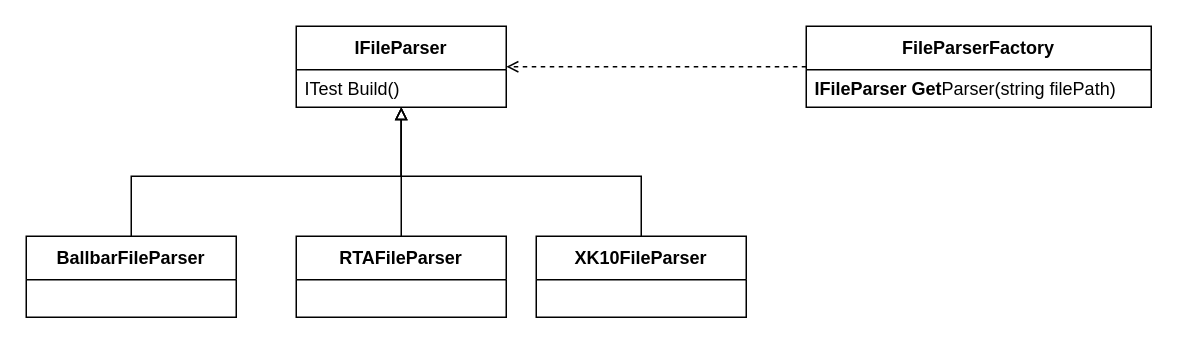
Before: Explore/FileTestRepository.drawio in AmolSJawalkar/DrawIO, a draw.io diagram. Source tidied: cells renumbered, new cells numbered last; positions are measured from the earlier drawing's top-left corner, leaving out a move shared by most shapes. Both pictures are drawn from the tidied source at 150%, with x=0, y=0 at pixel (26, 26).
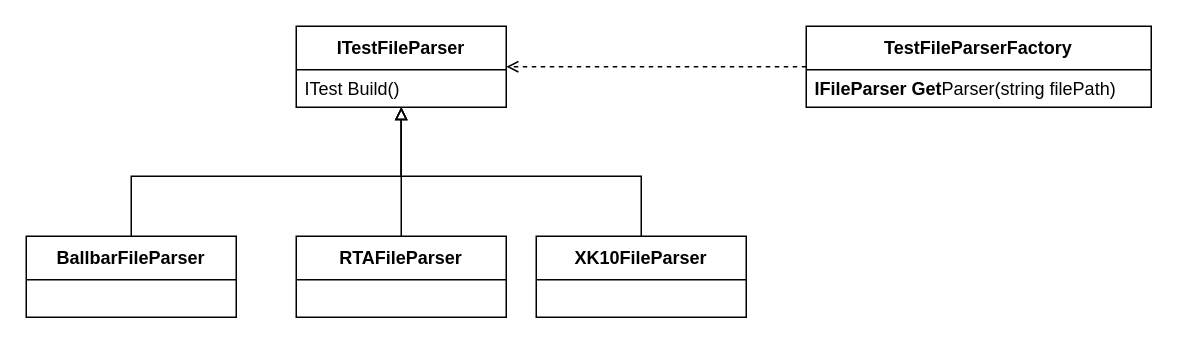
After the change.

Change to the diagram source:
```diff
@@
 <mxGraphModel>
   <root>
     <mxCell id="0" />
     <mxCell id="1" parent="0" />
     <mxCell id="2" style="edgeStyle=orthogonalEdgeStyle;rounded=0;jettySize=auto;html=1;endArrow=open;endFill=0;dashed=1;" parent="1" edge="1" source="3" target="5">
       <mxGeometry relative="1" as="geometry" />
     </mxCell>
-    <mxCell id="3" value="FileParserFactory" style="swimlane;fontStyle=1;align=center;verticalAlign=middle;horizontal=1;startSize=29;html=1;whiteSpace=wrap;" parent="1" vertex="1">
+    <mxCell id="3" value="TestFileParserFactory" style="swimlane;fontStyle=1;align=center;verticalAlign=middle;horizontal=1;startSize=29;html=1;whiteSpace=wrap;" parent="1" vertex="1">
       <mxGeometry x="520" width="230" height="54" as="geometry" />
     </mxCell>
     <mxCell id="4" value="&lt;span style=&quot;font-weight: 700; text-align: center;&quot;&gt;IFileParser Get&lt;/span&gt;Parser(string filePath)" style="text;html=1;strokeColor=none;fillColor=none;align=left;verticalAlign=middle;spacingLeft=4;spacingRight=4;overflow=hidden;whiteSpace=wrap;" parent="3" vertex="1">
       <mxGeometry y="29" width="230" height="25" as="geometry" />
     </mxCell>
-    <mxCell id="5" value="IFileParser" style="swimlane;fontStyle=1;align=center;verticalAlign=middle;horizontal=1;startSize=29;html=1;whiteSpace=wrap;" parent="1" vertex="1">
+    <mxCell id="5" value="ITestFileParser" style="swimlane;fontStyle=1;align=center;verticalAlign=middle;horizontal=1;startSize=29;html=1;whiteSpace=wrap;" parent="1" vertex="1">
       <mxGeometry x="180" width="140" height="54" as="geometry" />
     </mxCell>
     <mxCell id="6" value="ITest Build()" style="text;html=1;strokeColor=none;fillColor=none;align=left;verticalAlign=middle;spacingLeft=4;spacingRight=4;overflow=hidden;whiteSpace=wrap;" parent="5" vertex="1">
       <mxGeometry y="29" width="140" height="25" as="geometry" />
     </mxCell>
     <mxCell id="7" style="edgeStyle=orthogonalEdgeStyle;rounded=0;jettySize=auto;html=1;endArrow=block;endFill=0;" parent="1" edge="1" source="8" target="5">
       <mxGeometry relative="1" as="geometry" />
     </mxCell>
     <mxCell id="8" value="RTAFileParser" style="swimlane;fontStyle=1;align=center;verticalAlign=middle;horizontal=1;startSize=29;html=1;whiteSpace=wrap;" parent="1" vertex="1">
       <mxGeometry x="180" y="140" width="140" height="54" as="geometry" />
     </mxCell>
     <mxCell id="9" style="edgeStyle=orthogonalEdgeStyle;rounded=0;jettySize=auto;html=1;endArrow=block;endFill=0;" parent="1" edge="1" source="10" target="5">
       <mxGeometry relative="1" as="geometry">
         <Array as="points">
           <mxPoint x="410" y="100" />
           <mxPoint x="250" y="100" />
         </Array>
       </mxGeometry>
     </mxCell>
     <mxCell id="10" value="XK10FileParser" style="swimlane;fontStyle=1;align=center;verticalAlign=middle;horizontal=1;startSize=29;html=1;whiteSpace=wrap;" parent="1" vertex="1">
       <mxGeometry x="340" y="140" width="140" height="54" as="geometry" />
     </mxCell>
     <mxCell id="11" style="edgeStyle=orthogonalEdgeStyle;rounded=0;jettySize=auto;html=1;endArrow=block;endFill=0;" parent="1" edge="1" source="12" target="5">
       <mxGeometry relative="1" as="geometry">
         <Array as="points">
           <mxPoint x="70" y="100" />
           <mxPoint x="250" y="100" />
         </Array>
       </mxGeometry>
     </mxCell>
     <mxCell id="12" value="BallbarFileParser" style="swimlane;fontStyle=1;align=center;verticalAlign=middle;horizontal=1;startSize=29;html=1;whiteSpace=wrap;" parent="1" vertex="1">
       <mxGeometry y="140" width="140" height="54" as="geometry" />
     </mxCell>
   </root>
 </mxGraphModel>
```
